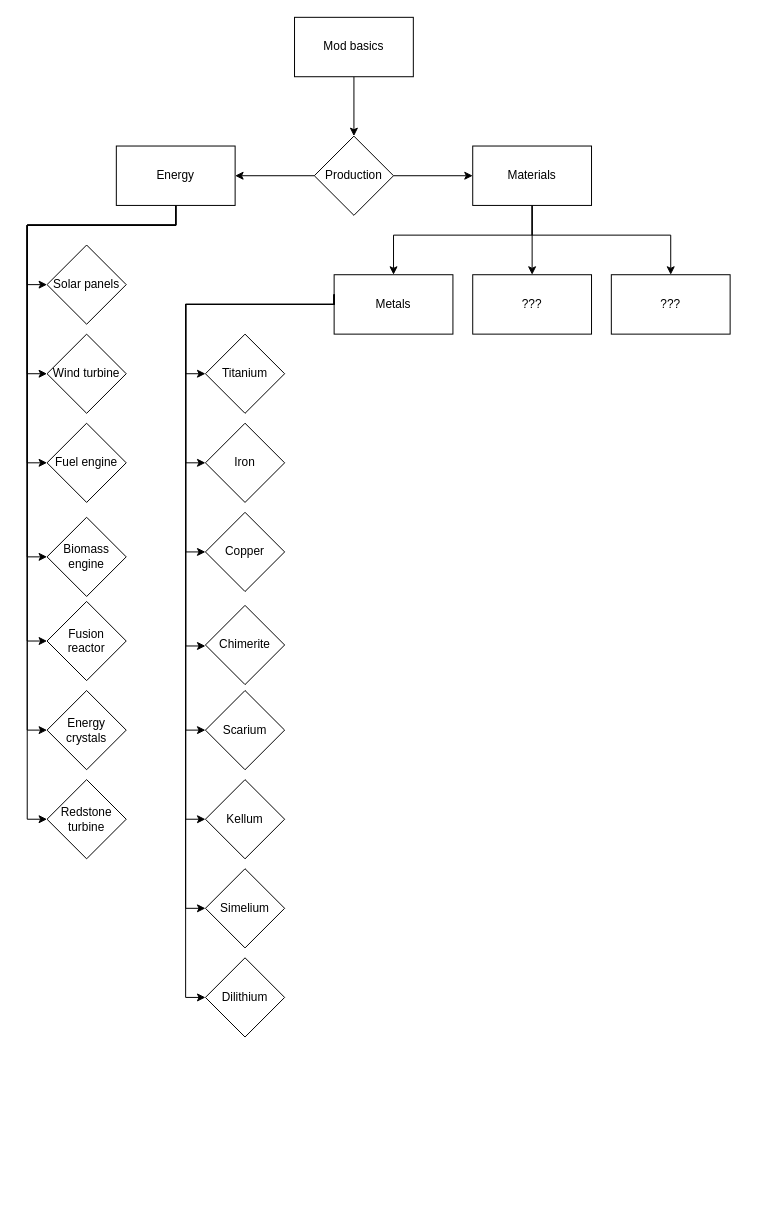
Above: page "BASICS" (8 of 8) of SynchromaProgression.drawio in x3rdev/Synchroma (draw.io), before the change. Source tidied: cells renumbered, new cells numbered last; positions are measured from the earlier drawing's top-left corner, leaving out a move shared by most shapes. Both pictures are drawn from the tidied source at 99%, with x=0, y=0 at pixel (27, 17).
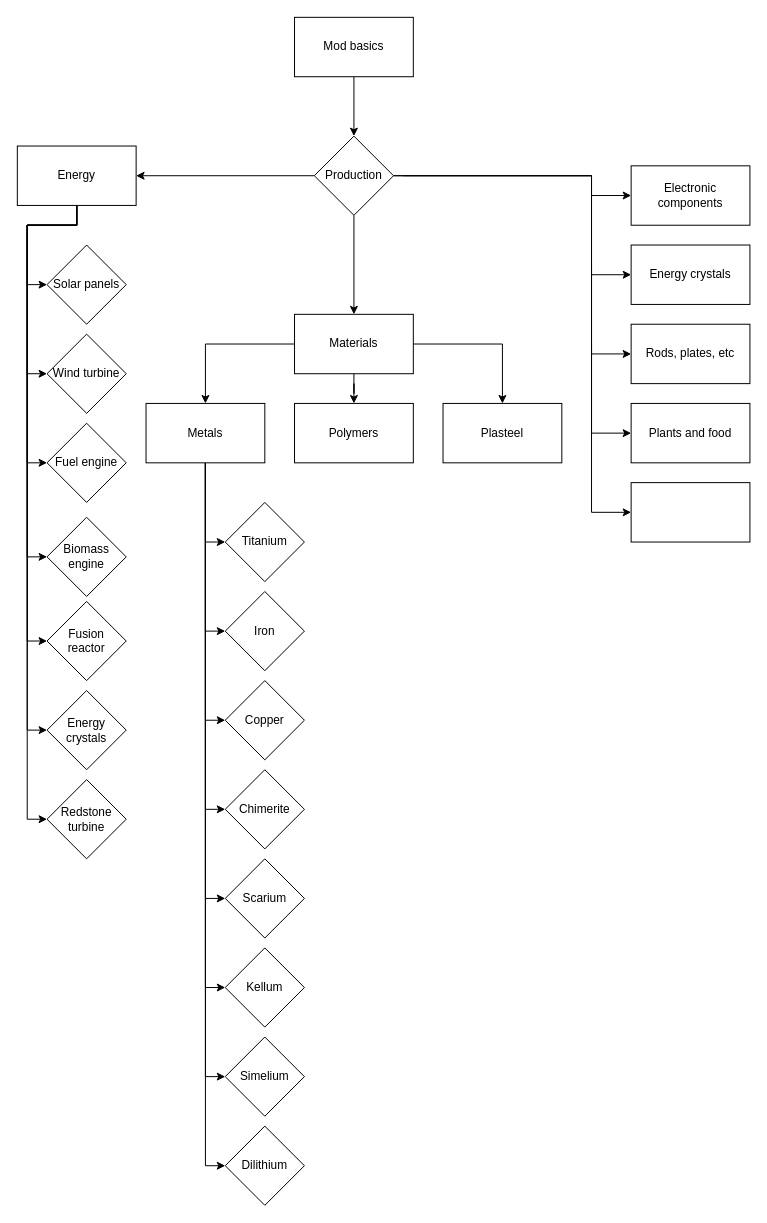
The same diagram, later.

The change refers to these unchanged cells:
```xml
<mxCell id="6" value="Production" style="rhombus;whiteSpace=wrap;html=1;" parent="1" vertex="1">
  <mxGeometry x="290" y="120" width="80" height="80" as="geometry" />
</mxCell>
<mxCell id="20" value="Fuel engine" style="rhombus;whiteSpace=wrap;html=1;" parent="1" vertex="1">
  <mxGeometry x="20" y="410" width="80" height="80" as="geometry" />
</mxCell>
<mxCell id="21" value="Biomass engine" style="rhombus;whiteSpace=wrap;html=1;" parent="1" vertex="1">
  <mxGeometry x="20" y="505" width="80" height="80" as="geometry" />
</mxCell>
<mxCell id="22" value="Fusion &lt;br&gt;reactor" style="rhombus;whiteSpace=wrap;html=1;" parent="1" vertex="1">
  <mxGeometry x="20" y="590" width="80" height="80" as="geometry" />
</mxCell>
<mxCell id="23" value="Energy crystals" style="rhombus;whiteSpace=wrap;html=1;" parent="1" vertex="1">
  <mxGeometry x="20" y="680" width="80" height="80" as="geometry" />
</mxCell>
<mxCell id="24" value="Wind turbine" style="rhombus;whiteSpace=wrap;html=1;" parent="1" vertex="1">
  <mxGeometry x="20" y="320" width="80" height="80" as="geometry" />
</mxCell>
<mxCell id="25" value="Redstone turbine" style="rhombus;whiteSpace=wrap;html=1;" parent="1" vertex="1">
  <mxGeometry x="20" y="770" width="80" height="80" as="geometry" />
</mxCell>
```

Change to the diagram source:
```diff
@@
+    <mxCell id="45" style="edgeStyle=orthogonalEdgeStyle;rounded=0;jettySize=auto;html=1;entryX=0;entryY=0.5;entryDx=0;entryDy=0;" parent="1" edge="1" target="54">
+      <mxGeometry relative="1" as="geometry">
+        <mxPoint x="380" y="160" as="sourcePoint" />
+        <Array as="points">
+          <mxPoint x="570" y="160" />
+          <mxPoint x="570" y="180" />
+        </Array>
+      </mxGeometry>
+    </mxCell>
+    <mxCell id="46" style="edgeStyle=orthogonalEdgeStyle;rounded=0;jettySize=auto;html=1;entryX=0;entryY=0.5;entryDx=0;entryDy=0;exitX=1;exitY=0.5;exitDx=0;exitDy=0;" parent="1" edge="1" source="6" target="55">
+      <mxGeometry relative="1" as="geometry">
+        <Array as="points">
+          <mxPoint x="570" y="160" />
+          <mxPoint x="570" y="260" />
+        </Array>
+      </mxGeometry>
+    </mxCell>
-    <mxCell id="5" style="edgeStyle=orthogonalEdgeStyle;rounded=0;jettySize=auto;html=1;" parent="1" edge="1" source="6" target="18">
+    <mxCell id="5" style="edgeStyle=orthogonalEdgeStyle;rounded=0;jettySize=auto;html=1;entryX=0.5;entryY=0;entryDx=0;entryDy=0;" parent="1" edge="1" source="6" target="18">
       <mxGeometry relative="1" as="geometry" />
     </mxCell>
@@
     <mxCell id="8" style="edgeStyle=orthogonalEdgeStyle;rounded=0;jettySize=auto;html=1;entryX=0;entryY=0.5;entryDx=0;entryDy=0;" parent="1" edge="1" source="14" target="24">
       <mxGeometry relative="1" as="geometry">
         <Array as="points">
-          <mxPoint x="150" y="210" />
+          <mxPoint x="50" y="210" />
           <mxPoint y="210" />
           <mxPoint y="360" />
         </Array>
       </mxGeometry>
     </mxCell>
     <mxCell id="9" style="edgeStyle=orthogonalEdgeStyle;rounded=0;jettySize=auto;html=1;entryX=0;entryY=0.5;entryDx=0;entryDy=0;" parent="1" edge="1" source="14" target="20">
       <mxGeometry relative="1" as="geometry">
         <Array as="points">
-          <mxPoint x="150" y="210" />
+          <mxPoint x="50" y="210" />
           <mxPoint y="210" />
           <mxPoint y="450" />
         </Array>
       </mxGeometry>
     </mxCell>
     <mxCell id="10" style="edgeStyle=orthogonalEdgeStyle;rounded=0;jettySize=auto;html=1;entryX=0;entryY=0.5;entryDx=0;entryDy=0;" parent="1" edge="1" source="14" target="21">
       <mxGeometry relative="1" as="geometry">
         <Array as="points">
-          <mxPoint x="150" y="210" />
+          <mxPoint x="50" y="210" />
           <mxPoint y="210" />
           <mxPoint y="545" />
         </Array>
       </mxGeometry>
     </mxCell>
     <mxCell id="11" style="edgeStyle=orthogonalEdgeStyle;rounded=0;jettySize=auto;html=1;entryX=0;entryY=0.5;entryDx=0;entryDy=0;" parent="1" edge="1" source="14" target="22">
       <mxGeometry relative="1" as="geometry">
         <Array as="points">
-          <mxPoint x="150" y="210" />
+          <mxPoint x="50" y="210" />
           <mxPoint y="210" />
           <mxPoint y="630" />
         </Array>
       </mxGeometry>
     </mxCell>
     <mxCell id="12" style="edgeStyle=orthogonalEdgeStyle;rounded=0;jettySize=auto;html=1;entryX=0;entryY=0.5;entryDx=0;entryDy=0;" parent="1" edge="1" source="14" target="23">
       <mxGeometry relative="1" as="geometry">
         <Array as="points">
-          <mxPoint x="150" y="210" />
+          <mxPoint x="50" y="210" />
           <mxPoint y="210" />
           <mxPoint y="720" />
         </Array>
       </mxGeometry>
     </mxCell>
     <mxCell id="13" style="edgeStyle=orthogonalEdgeStyle;rounded=0;jettySize=auto;html=1;entryX=0;entryY=0.5;entryDx=0;entryDy=0;" parent="1" edge="1" source="14" target="25">
       <mxGeometry relative="1" as="geometry">
         <Array as="points">
-          <mxPoint x="150" y="210" />
+          <mxPoint x="50" y="210" />
           <mxPoint y="210" />
           <mxPoint y="810" />
         </Array>
       </mxGeometry>
     </mxCell>
     <mxCell id="14" value="Energy" style="rounded=0;whiteSpace=wrap;html=1;" parent="1" vertex="1">
-      <mxGeometry x="90" y="130" width="120" height="60" as="geometry" />
+      <mxGeometry x="-10" y="130" width="120" height="60" as="geometry" />
     </mxCell>
+    <mxCell id="17" style="edgeStyle=orthogonalEdgeStyle;rounded=0;jettySize=auto;html=1;entryX=0.5;entryY=0;entryDx=0;entryDy=0;" parent="1" edge="1" source="18" target="30">
+      <mxGeometry relative="1" as="geometry" />
+    </mxCell>
+    <mxCell id="47" style="edgeStyle=orthogonalEdgeStyle;rounded=0;jettySize=auto;html=1;" parent="1" edge="1" source="18" target="60">
+      <mxGeometry relative="1" as="geometry" />
+    </mxCell>
     <mxCell id="15" style="edgeStyle=orthogonalEdgeStyle;rounded=0;jettySize=auto;html=1;entryX=0.5;entryY=0;entryDx=0;entryDy=0;" parent="1" edge="1" source="18" target="28">
-      <mxGeometry relative="1" as="geometry">
-        <Array as="points">
-          <mxPoint x="510" y="220" />
-          <mxPoint x="370" y="220" />
-        </Array>
-      </mxGeometry>
+      <mxGeometry relative="1" as="geometry" />
     </mxCell>
-    <mxCell id="16" style="edgeStyle=orthogonalEdgeStyle;rounded=0;jettySize=auto;html=1;" parent="1" edge="1" source="18" target="29">
-      <mxGeometry relative="1" as="geometry">
-        <Array as="points">
-          <mxPoint x="510" y="220" />
-          <mxPoint x="650" y="220" />
-        </Array>
-      </mxGeometry>
-    </mxCell>
-    <mxCell id="17" style="edgeStyle=orthogonalEdgeStyle;rounded=0;jettySize=auto;html=1;" parent="1" edge="1" source="18" target="30">
-      <mxGeometry relative="1" as="geometry" />
-    </mxCell>
     <mxCell id="18" value="Materials" style="rounded=0;whiteSpace=wrap;html=1;" parent="1" vertex="1">
-      <mxGeometry x="450" y="130" width="120" height="60" as="geometry" />
+      <mxGeometry x="270" y="300" width="120" height="60" as="geometry" />
     </mxCell>
@@
     <mxCell id="26" style="edgeStyle=orthogonalEdgeStyle;rounded=0;jettySize=auto;html=1;entryX=0;entryY=0.5;entryDx=0;entryDy=0;" parent="1" edge="1" source="28" target="31">
       <mxGeometry relative="1" as="geometry">
         <Array as="points">
-          <mxPoint x="160" y="290" />
-          <mxPoint x="160" y="360" />
+          <mxPoint x="180" y="530" />
         </Array>
       </mxGeometry>
     </mxCell>
     <mxCell id="27" style="edgeStyle=orthogonalEdgeStyle;rounded=0;jettySize=auto;html=1;entryX=0;entryY=0.5;entryDx=0;entryDy=0;" parent="1" edge="1" source="28" target="38">
       <mxGeometry relative="1" as="geometry">
         <Array as="points">
-          <mxPoint x="160" y="290" />
-          <mxPoint x="160" y="990" />
+          <mxPoint x="180" y="1160" />
         </Array>
       </mxGeometry>
     </mxCell>
+    <mxCell id="48" style="edgeStyle=orthogonalEdgeStyle;rounded=0;jettySize=auto;html=1;entryX=0;entryY=0.5;entryDx=0;entryDy=0;" parent="1" edge="1" source="28" target="32">
+      <mxGeometry relative="1" as="geometry">
+        <Array as="points">
+          <mxPoint x="180" y="620" />
+        </Array>
+      </mxGeometry>
+    </mxCell>
+    <mxCell id="49" style="edgeStyle=orthogonalEdgeStyle;rounded=0;jettySize=auto;html=1;entryX=0;entryY=0.5;entryDx=0;entryDy=0;" parent="1" edge="1" source="28" target="33">
+      <mxGeometry relative="1" as="geometry" />
+    </mxCell>
+    <mxCell id="50" style="edgeStyle=orthogonalEdgeStyle;rounded=0;jettySize=auto;html=1;entryX=0;entryY=0.5;entryDx=0;entryDy=0;" parent="1" edge="1" source="28" target="34">
+      <mxGeometry relative="1" as="geometry" />
+    </mxCell>
+    <mxCell id="51" style="edgeStyle=orthogonalEdgeStyle;rounded=0;jettySize=auto;html=1;entryX=0;entryY=0.5;entryDx=0;entryDy=0;" parent="1" edge="1" source="28" target="35">
+      <mxGeometry relative="1" as="geometry" />
+    </mxCell>
+    <mxCell id="52" style="edgeStyle=orthogonalEdgeStyle;rounded=0;jettySize=auto;html=1;entryX=0;entryY=0.5;entryDx=0;entryDy=0;" parent="1" edge="1" source="28" target="36">
+      <mxGeometry relative="1" as="geometry" />
+    </mxCell>
+    <mxCell id="53" style="edgeStyle=orthogonalEdgeStyle;rounded=0;jettySize=auto;html=1;entryX=0;entryY=0.5;entryDx=0;entryDy=0;" parent="1" edge="1" source="28" target="37">
+      <mxGeometry relative="1" as="geometry" />
+    </mxCell>
     <mxCell id="28" value="Metals" style="rounded=0;whiteSpace=wrap;html=1;" parent="1" vertex="1">
-      <mxGeometry x="310" y="260" width="120" height="60" as="geometry" />
+      <mxGeometry x="120" y="390" width="120" height="60" as="geometry" />
     </mxCell>
-    <mxCell id="29" value="???" style="whiteSpace=wrap;html=1;rounded=0;" parent="1" vertex="1">
-      <mxGeometry x="590" y="260" width="120" height="60" as="geometry" />
-    </mxCell>
-    <mxCell id="30" value="???" style="whiteSpace=wrap;html=1;rounded=0;" parent="1" vertex="1">
-      <mxGeometry x="450" y="260" width="120" height="60" as="geometry" />
+    <mxCell id="30" value="Polymers" style="whiteSpace=wrap;html=1;rounded=0;" parent="1" vertex="1">
+      <mxGeometry x="270" y="390" width="120" height="60" as="geometry" />
     </mxCell>
     <mxCell id="31" value="Titanium" style="rhombus;whiteSpace=wrap;html=1;" parent="1" vertex="1">
-      <mxGeometry x="180" y="320" width="80" height="80" as="geometry" />
+      <mxGeometry x="200" y="490" width="80" height="80" as="geometry" />
     </mxCell>
     <mxCell id="32" value="Iron" style="rhombus;whiteSpace=wrap;html=1;" parent="1" vertex="1">
-      <mxGeometry x="180" y="410" width="80" height="80" as="geometry" />
+      <mxGeometry x="200" y="580" width="80" height="80" as="geometry" />
     </mxCell>
     <mxCell id="33" value="Copper" style="rhombus;whiteSpace=wrap;html=1;" parent="1" vertex="1">
-      <mxGeometry x="180" y="500" width="80" height="80" as="geometry" />
+      <mxGeometry x="200" y="670" width="80" height="80" as="geometry" />
     </mxCell>
     <mxCell id="34" value="Сhimerite" style="rhombus;whiteSpace=wrap;html=1;" parent="1" vertex="1">
-      <mxGeometry x="180" y="594" width="80" height="80" as="geometry" />
+      <mxGeometry x="200" y="760" width="80" height="80" as="geometry" />
     </mxCell>
     <mxCell id="35" value="Scarium" style="rhombus;whiteSpace=wrap;html=1;" parent="1" vertex="1">
-      <mxGeometry x="180" y="680" width="80" height="80" as="geometry" />
+      <mxGeometry x="200" y="850" width="80" height="80" as="geometry" />
     </mxCell>
     <mxCell id="36" value="Kellum" style="rhombus;whiteSpace=wrap;html=1;" parent="1" vertex="1">
-      <mxGeometry x="180" y="770" width="80" height="80" as="geometry" />
+      <mxGeometry x="200" y="940" width="80" height="80" as="geometry" />
     </mxCell>
     <mxCell id="37" value="Simelium" style="rhombus;whiteSpace=wrap;html=1;" parent="1" vertex="1">
-      <mxGeometry x="180" y="860" width="80" height="80" as="geometry" />
+      <mxGeometry x="200" y="1030" width="80" height="80" as="geometry" />
     </mxCell>
     <mxCell id="38" value="Dilithium" style="rhombus;whiteSpace=wrap;html=1;" parent="1" vertex="1">
-      <mxGeometry x="180" y="950" width="80" height="80" as="geometry" />
+      <mxGeometry x="200" y="1120" width="80" height="80" as="geometry" />
     </mxCell>
-    <mxCell id="39" style="edgeStyle=orthogonalEdgeStyle;rounded=0;orthogonalLoop=1;jettySize=auto;html=1;entryX=0;entryY=0.5;entryDx=0;entryDy=0;" parent="1" edge="1">
-      <mxGeometry relative="1" as="geometry">
-        <mxPoint x="310" y="280" as="sourcePoint" />
-        <mxPoint x="180" y="450" as="targetPoint" />
-        <Array as="points">
-          <mxPoint x="310" y="290" />
-          <mxPoint x="160" y="290" />
-          <mxPoint x="160" y="450" />
-        </Array>
-      </mxGeometry>
-    </mxCell>
-    <mxCell id="40" style="edgeStyle=orthogonalEdgeStyle;rounded=0;orthogonalLoop=1;jettySize=auto;html=1;entryX=0;entryY=0.5;entryDx=0;entryDy=0;" parent="1" edge="1">
-      <mxGeometry relative="1" as="geometry">
-        <mxPoint x="310" y="280" as="sourcePoint" />
-        <mxPoint x="180" y="540" as="targetPoint" />
-        <Array as="points">
-          <mxPoint x="310" y="290" />
-          <mxPoint x="160" y="290" />
-          <mxPoint x="160" y="540" />
-        </Array>
-      </mxGeometry>
-    </mxCell>
-    <mxCell id="41" style="edgeStyle=orthogonalEdgeStyle;rounded=0;orthogonalLoop=1;jettySize=auto;html=1;entryX=0;entryY=0.5;entryDx=0;entryDy=0;" parent="1" edge="1">
-      <mxGeometry relative="1" as="geometry">
-        <mxPoint x="310" y="280" as="sourcePoint" />
-        <mxPoint x="180" y="635" as="targetPoint" />
-        <Array as="points">
-          <mxPoint x="310" y="290" />
-          <mxPoint x="160" y="290" />
-          <mxPoint x="160" y="635" />
-        </Array>
-      </mxGeometry>
-    </mxCell>
-    <mxCell id="42" style="edgeStyle=orthogonalEdgeStyle;rounded=0;orthogonalLoop=1;jettySize=auto;html=1;entryX=0;entryY=0.5;entryDx=0;entryDy=0;" parent="1" edge="1">
-      <mxGeometry relative="1" as="geometry">
-        <mxPoint x="310" y="280" as="sourcePoint" />
-        <mxPoint x="180" y="720" as="targetPoint" />
-        <Array as="points">
-          <mxPoint x="310" y="290" />
-          <mxPoint x="160" y="290" />
-          <mxPoint x="160" y="720" />
-        </Array>
-      </mxGeometry>
-    </mxCell>
-    <mxCell id="43" style="edgeStyle=orthogonalEdgeStyle;rounded=0;orthogonalLoop=1;jettySize=auto;html=1;entryX=0;entryY=0.5;entryDx=0;entryDy=0;" parent="1" edge="1">
-      <mxGeometry relative="1" as="geometry">
-        <mxPoint x="310" y="280" as="sourcePoint" />
-        <mxPoint x="180" y="810" as="targetPoint" />
-        <Array as="points">
-          <mxPoint x="310" y="290" />
-          <mxPoint x="160" y="290" />
-          <mxPoint x="160" y="810" />
-        </Array>
-      </mxGeometry>
-    </mxCell>
-    <mxCell id="44" style="edgeStyle=orthogonalEdgeStyle;rounded=0;orthogonalLoop=1;jettySize=auto;html=1;entryX=0;entryY=0.5;entryDx=0;entryDy=0;" parent="1" edge="1">
-      <mxGeometry relative="1" as="geometry">
-        <mxPoint x="310" y="280" as="sourcePoint" />
-        <mxPoint x="180" y="900" as="targetPoint" />
-        <Array as="points">
-          <mxPoint x="310" y="290" />
-          <mxPoint x="160" y="290" />
-          <mxPoint x="160" y="900" />
-        </Array>
-      </mxGeometry>
-    </mxCell>
+    <mxCell id="54" value="Electronic components" style="rounded=0;whiteSpace=wrap;html=1;" parent="1" vertex="1">
+      <mxGeometry x="610" y="150" width="120" height="60" as="geometry" />
+    </mxCell>
+    <mxCell id="55" value="Energy crystals" style="rounded=0;whiteSpace=wrap;html=1;" parent="1" vertex="1">
+      <mxGeometry x="610" y="230" width="120" height="60" as="geometry" />
+    </mxCell>
+    <mxCell id="56" style="edgeStyle=orthogonalEdgeStyle;rounded=0;jettySize=auto;html=1;entryX=0;entryY=0.5;entryDx=0;entryDy=0;" parent="1" edge="1" target="57">
+      <mxGeometry relative="1" as="geometry">
+        <mxPoint x="370" y="160" as="sourcePoint" />
+        <Array as="points">
+          <mxPoint x="570" y="160" />
+          <mxPoint x="570" y="340" />
+        </Array>
+      </mxGeometry>
+    </mxCell>
+    <mxCell id="57" value="Rods, plates, etc" style="rounded=0;whiteSpace=wrap;html=1;" parent="1" vertex="1">
+      <mxGeometry x="610" y="310" width="120" height="60" as="geometry" />
+    </mxCell>
+    <mxCell id="58" style="edgeStyle=orthogonalEdgeStyle;rounded=0;jettySize=auto;html=1;entryX=0;entryY=0.5;entryDx=0;entryDy=0;" parent="1" edge="1" target="59">
+      <mxGeometry relative="1" as="geometry">
+        <mxPoint x="570" y="340" as="sourcePoint" />
+        <Array as="points">
+          <mxPoint x="570" y="250" />
+          <mxPoint x="570" y="440" />
+        </Array>
+      </mxGeometry>
+    </mxCell>
+    <mxCell id="59" value="Plants and food" style="rounded=0;whiteSpace=wrap;html=1;" parent="1" vertex="1">
+      <mxGeometry x="610" y="390" width="120" height="60" as="geometry" />
+    </mxCell>
+    <mxCell id="60" value="Plasteel" style="whiteSpace=wrap;html=1;rounded=0;" parent="1" vertex="1">
+      <mxGeometry x="420" y="390" width="120" height="60" as="geometry" />
+    </mxCell>
+    <mxCell id="61" style="rounded=0;whiteSpace=wrap;html=1;" parent="1" vertex="1">
+      <mxGeometry x="610" y="470" width="120" height="60" as="geometry" />
+    </mxCell>
+    <mxCell id="62" style="edgeStyle=orthogonalEdgeStyle;rounded=0;orthogonalLoop=1;jettySize=auto;html=1;entryX=0;entryY=0.5;entryDx=0;entryDy=0;" parent="1" edge="1">
+      <mxGeometry relative="1" as="geometry">
+        <mxPoint x="570" y="420" as="sourcePoint" />
+        <mxPoint x="610" y="500" as="targetPoint" />
+        <Array as="points">
+          <mxPoint x="570" y="330" />
+          <mxPoint x="570" y="520" />
+        </Array>
+      </mxGeometry>
+    </mxCell>
```
